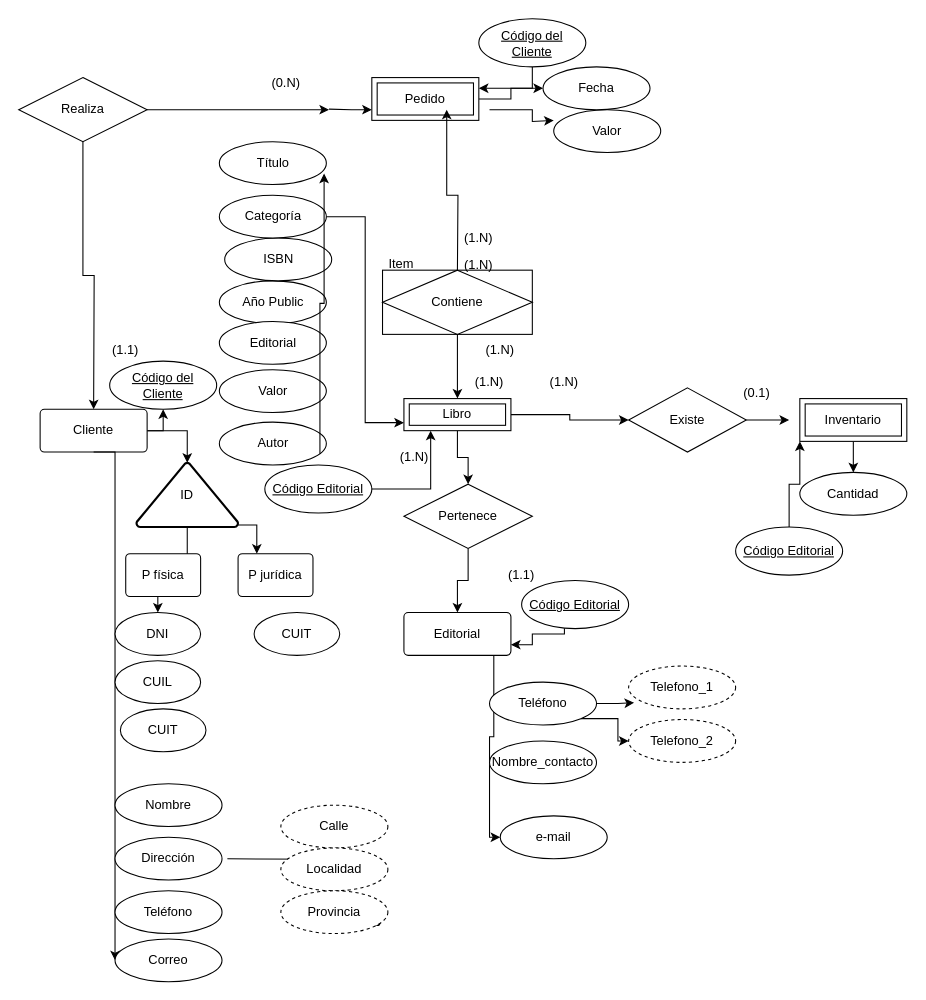
Above: db/modelo.drawio in Sergio-Tolaba/ds_ej (draw.io), before the change. Source tidied: cells renumbered, new cells numbered last; positions are measured from the earlier drawing's top-left corner, leaving out a move shared by most shapes. Both pictures are drawn from the tidied source at 107%, with x=0, y=0 at pixel (18, 18).
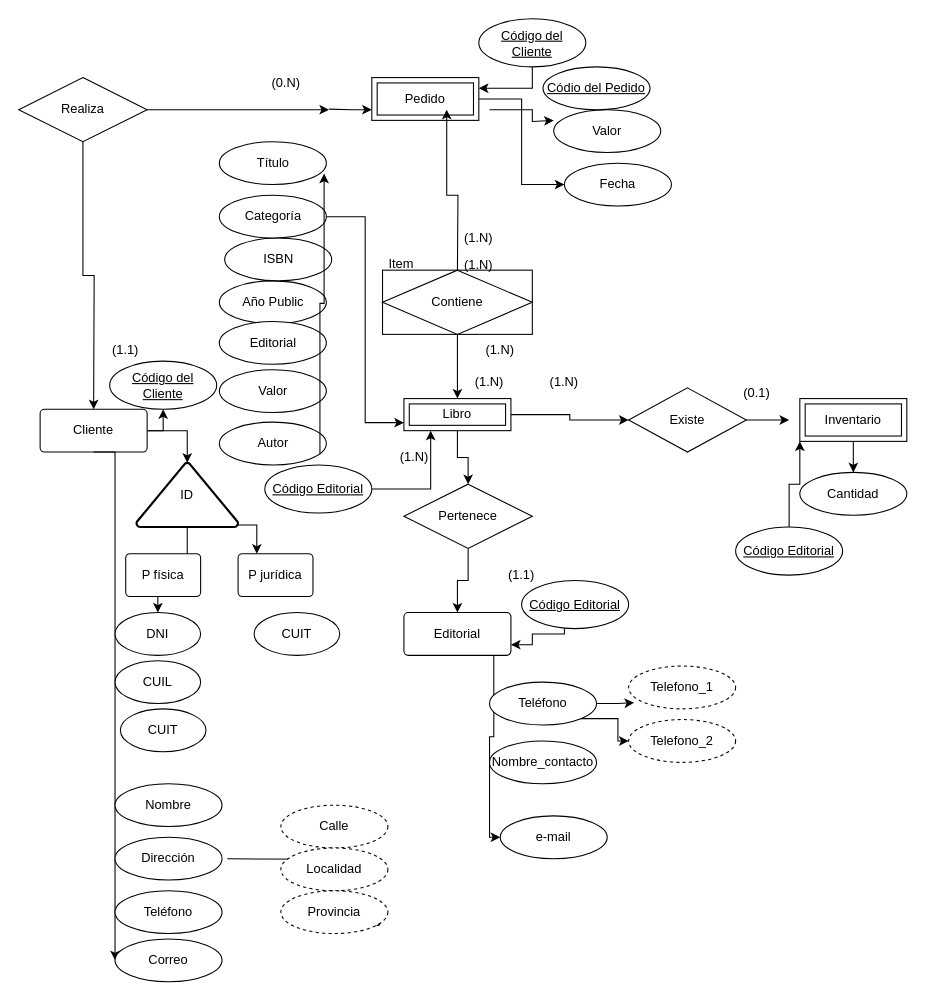
Above is the later version.

Commit message:
Pedido:pkCliente y fkPedido en modelo.drawio

The edit, as a diff of the source:
```diff
@@
     <mxCell id="59" value="Fecha" style="ellipse;whiteSpace=wrap;html=1;align=center;" parent="1" vertex="1">
-      <mxGeometry x="490" y="45" width="100" height="40" as="geometry" />
+      <mxGeometry x="510" y="135" width="100" height="40" as="geometry" />
     </mxCell>
@@
+    <mxCell id="86" value="Códio del Pedido" style="ellipse;whiteSpace=wrap;html=1;align=center;fontStyle=4;" parent="1" vertex="1">
+      <mxGeometry x="490" y="45" width="100" height="40" as="geometry" />
+    </mxCell>
```
